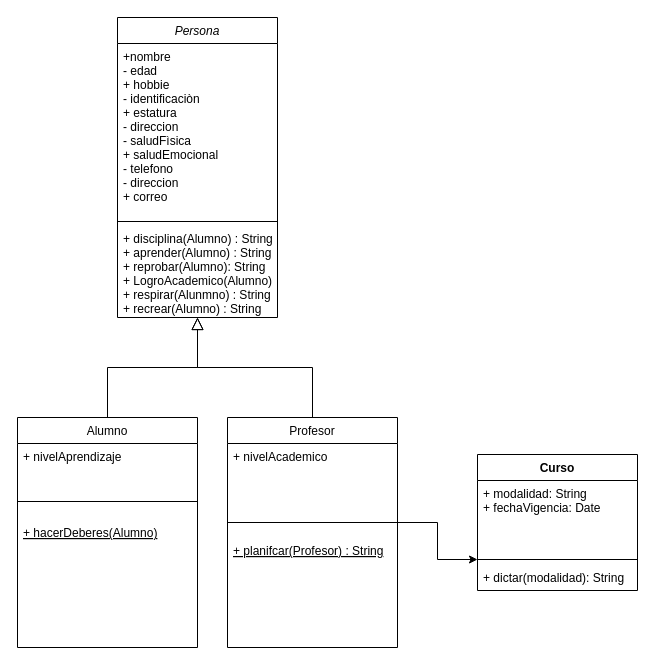
The draw.io diagram sistemaAcademico.drawio in jeremyguayaquil/POOA25, before the edit. Source tidied: cells renumbered, new cells numbered last; positions are measured from the earlier drawing's top-left corner, leaving out a move shared by most shapes. Both pictures are drawn from the tidied source at 100%, with x=0, y=0 at pixel (17, 17).
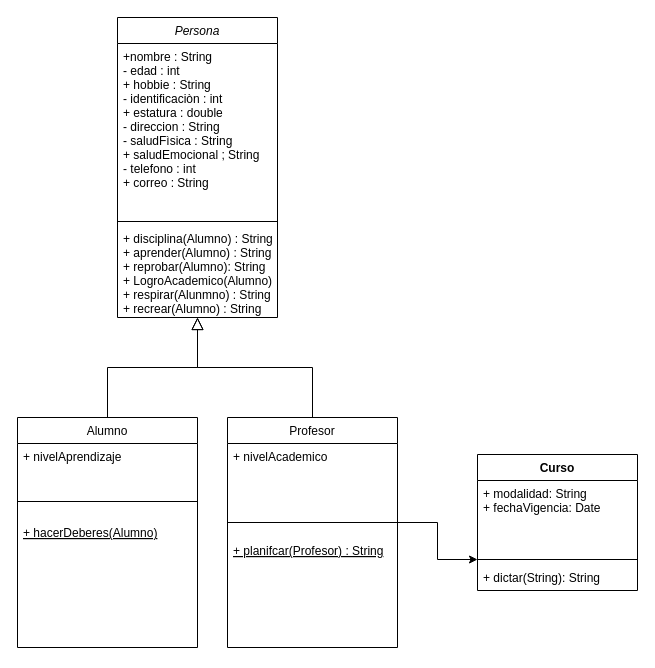
Above is the later version.

The change refers to these unchanged cells:
```xml
<mxCell id="2" value="Persona" style="swimlane;fontStyle=2;align=center;verticalAlign=top;horizontal=1;startSize=26;rounded=0;shadow=0;strokeWidth=1;" parent="1" vertex="1">
  <mxGeometry x="100" width="160" height="300" as="geometry" />
</mxCell>
<mxCell id="16" value="Curso" style="swimlane;fontStyle=1;align=center;verticalAlign=top;horizontal=1;startSize=26;whiteSpace=wrap;html=1;" parent="1" vertex="1">
  <mxGeometry x="460" y="437" width="160" height="136" as="geometry" />
</mxCell>
```

Diff of the diagram source:
```diff
@@
-    <mxCell id="3" value="+nombre&#10;- edad&#10;+ hobbie&#10;- identificaciòn&#10;+ estatura&#10;- direccion&#10;- saludFìsica&#10;+ saludEmocional&#10;- telefono&#10;- direccion&#10;+ correo" style="text;align=left;verticalAlign=top;spacingLeft=4;spacingRight=4;overflow=hidden;" parent="2" vertex="1">
+    <mxCell id="3" value="+nombre : String&#10;- edad : int&#10;+ hobbie : String&#10;- identificaciòn : int&#10;+ estatura : double&#10;- direccion : String&#10;- saludFìsica : String&#10;+ saludEmocional ; String&#10;- telefono : int&#10;+ correo : String" style="text;align=left;verticalAlign=top;spacingLeft=4;spacingRight=4;overflow=hidden;" parent="2" vertex="1">
       <mxGeometry y="26" width="160" height="174" as="geometry" />
     </mxCell>
@@
-    <mxCell id="19" value="+ dictar(modalidad): String" style="text;strokeColor=none;fillColor=none;align=left;verticalAlign=top;spacingLeft=4;spacingRight=4;overflow=hidden;whiteSpace=wrap;html=1;" parent="16" vertex="1">
+    <mxCell id="19" value="+ dictar(String): String" style="text;strokeColor=none;fillColor=none;align=left;verticalAlign=top;spacingLeft=4;spacingRight=4;overflow=hidden;whiteSpace=wrap;html=1;" parent="16" vertex="1">
       <mxGeometry y="110" width="160" height="26" as="geometry" />
     </mxCell>
```
